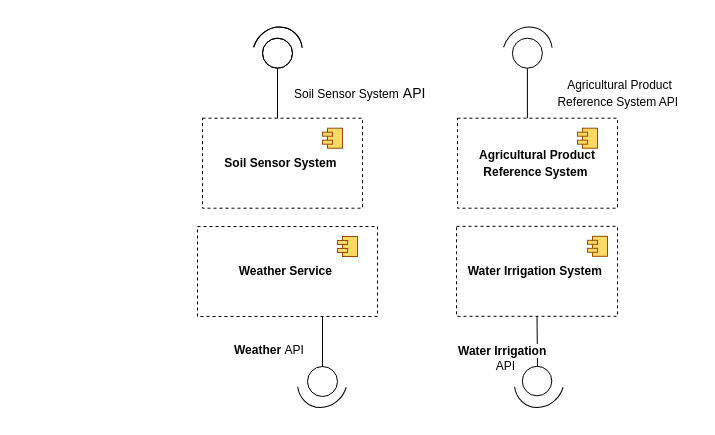
Above: page "external components" (3 of 4) of DD/diagrams/component.drawio in ictar/DREAM-SE2-Project-2022 (draw.io), before the change. Source tidied: cells renumbered, new cells numbered last; positions are measured from the earlier drawing's top-left corner, leaving out a move shared by most shapes. Both pictures are drawn from the tidied source at 100%, with x=0, y=0 at pixel (197, 26).
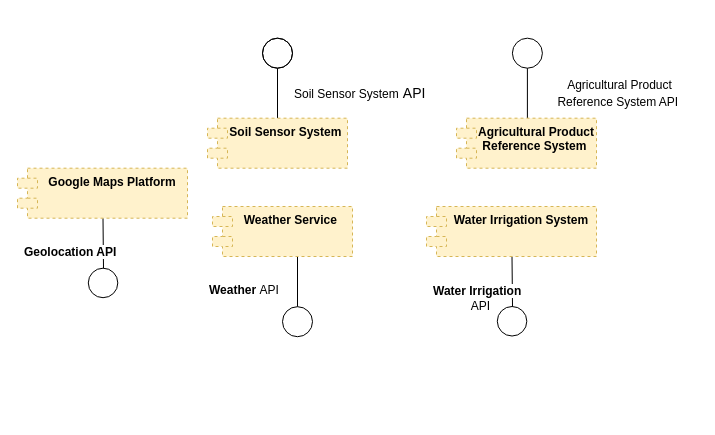
The same page after the edit.

Change to the diagram source:
```diff
@@
-    <mxCell id="2" value="&lt;font style=&quot;font-size: 12px&quot;&gt;&lt;span lang=&quot;IT-IT&quot; class=&quot;TextRun SCXW8657360 BCX0&quot; style=&quot;margin: 0px ; padding: 0px ; text-align: left ; background-color: rgb(255 , 255 , 255) ; line-height: 16.1875px ; font-family: &amp;#34;dengxian&amp;#34; , &amp;#34;dengxian_embeddedfont&amp;#34; , &amp;#34;dengxian_msfontservice&amp;#34; , sans-serif ; font-weight: bold&quot;&gt;&lt;span class=&quot;NormalTextRun SpellingErrorV2 SCXW8657360 BCX0 DefaultHighlightTransition&quot; style=&quot;margin: 0px ; padding: 0px ; transition: all 0.1s linear 0s ; background-repeat: repeat-x ; background-position: left bottom ; border-bottom: 1px solid transparent&quot;&gt;Agricultural&lt;/span&gt;&lt;span class=&quot;NormalTextRun SCXW8657360 BCX0&quot; style=&quot;margin: 0px ; padding: 0px&quot;&gt;&amp;nbsp;Product Reference System&lt;/span&gt;&lt;/span&gt;&lt;span class=&quot;EOP SCXW8657360 BCX0&quot; style=&quot;margin: 0px ; padding: 0px ; text-align: left ; background-color: rgb(255 , 255 , 255) ; line-height: 16.1875px ; font-family: &amp;#34;dengxian&amp;#34; , &amp;#34;dengxian_embeddedfont&amp;#34; , &amp;#34;dengxian_msfontservice&amp;#34; , sans-serif&quot;&gt;&amp;nbsp;&lt;/span&gt;&lt;/font&gt;" style="rounded=0;whiteSpace=wrap;html=1;dashed=1;" parent="1" vertex="1">
-      <mxGeometry x="260" y="91.7" width="160" height="90" as="geometry" />
-    </mxCell>
-    <mxCell id="3" value="&lt;p class=&quot;MsoListParagraph&quot; style=&quot;margin-left: 21.0pt ; text-indent: -21.0pt&quot;&gt;&lt;b&gt;&lt;span lang=&quot;IT-IT&quot; class=&quot;TextRun SCXW41976764 BCX0&quot; style=&quot;margin: 0px ; padding: 0px ; text-align: left ; text-indent: 0px ; background-color: rgb(255 , 255 , 255) ; line-height: 16.1875px ; font-family: &amp;#34;dengxian&amp;#34; , &amp;#34;dengxian_embeddedfont&amp;#34; , &amp;#34;dengxian_msfontservice&amp;#34; , sans-serif&quot;&gt;&lt;span class=&quot;NormalTextRun SCXW41976764 BCX0&quot; style=&quot;margin: 0px ; padding: 0px&quot;&gt;Water Irrigation System&lt;/span&gt;&lt;/span&gt;&lt;span class=&quot;EOP SCXW41976764 BCX0&quot; style=&quot;margin: 0px ; padding: 0px ; text-align: left ; text-indent: 0px ; background-color: rgb(255 , 255 , 255) ; line-height: 16.1875px ; font-family: &amp;#34;dengxian&amp;#34; , &amp;#34;dengxian_embeddedfont&amp;#34; , &amp;#34;dengxian_msfontservice&amp;#34; , sans-serif&quot;&gt;&amp;nbsp;&lt;/span&gt;&lt;/b&gt;&lt;br&gt;&lt;/p&gt;" style="rounded=0;whiteSpace=wrap;html=1;fillColor=none;dashed=1;" parent="1" vertex="1">
-      <mxGeometry x="259" y="199.8" width="161" height="90" as="geometry" />
-    </mxCell>
-    <mxCell id="4" value="&lt;font style=&quot;font-size: 12px&quot;&gt;&lt;span lang=&quot;IT-IT&quot; class=&quot;TextRun SCXW47026892 BCX0&quot; style=&quot;margin: 0px ; padding: 0px ; text-align: left ; background-color: rgb(255 , 255 , 255) ; line-height: 16.1875px ; font-family: &amp;#34;dengxian&amp;#34; , &amp;#34;dengxian_embeddedfont&amp;#34; , &amp;#34;dengxian_msfontservice&amp;#34; , sans-serif ; font-weight: bold&quot;&gt;&lt;span class=&quot;NormalTextRun SpellingErrorV2  SCXW47026892 BCX0 DefaultHighlightTransition&quot; style=&quot;margin: 0px ; padding: 0px ; transition: 0.1s linear 0s ; background-repeat: repeat-x ; background-position: left bottom ; border-bottom: 1px solid transparent&quot;&gt;Soil&lt;/span&gt;&lt;span class=&quot;NormalTextRun SCXW47026892 BCX0&quot; style=&quot;margin: 0px ; padding: 0px&quot;&gt;&amp;nbsp;Sensor System&lt;/span&gt;&lt;/span&gt;&lt;span class=&quot;EOP SCXW47026892 BCX0&quot; style=&quot;margin: 0px ; padding: 0px ; text-align: left ; background-color: rgb(255 , 255 , 255) ; line-height: 16.1875px ; font-family: &amp;#34;dengxian&amp;#34; , &amp;#34;dengxian_embeddedfont&amp;#34; , &amp;#34;dengxian_msfontservice&amp;#34; , sans-serif&quot;&gt;&amp;nbsp;&lt;/span&gt;&lt;/font&gt;" style="rounded=0;whiteSpace=wrap;html=1;dashed=1;" parent="1" vertex="1">
-      <mxGeometry x="5" y="91.7" width="160" height="90" as="geometry" />
-    </mxCell>
-    <mxCell id="5" value="&lt;p class=&quot;MsoListParagraph&quot; style=&quot;margin-left: 21.0pt ; text-indent: -21.0pt&quot;&gt;&lt;span lang=&quot;IT-IT&quot; class=&quot;TextRun SCXW35992658 BCX0&quot; style=&quot;margin: 0px ; padding: 0px ; text-align: left ; text-indent: 0px ; background-color: rgb(255 , 255 , 255) ; line-height: 16.1875px ; font-family: &amp;#34;dengxian&amp;#34; , &amp;#34;dengxian_embeddedfont&amp;#34; , &amp;#34;dengxian_msfontservice&amp;#34; , sans-serif ; font-weight: bold&quot;&gt;&lt;span class=&quot;NormalTextRun SCXW35992658 BCX0&quot; style=&quot;margin: 0px ; padding: 0px&quot;&gt;Weather Service&lt;/span&gt;&lt;/span&gt;&lt;span class=&quot;EOP SCXW35992658 BCX0&quot; style=&quot;margin: 0px ; padding: 0px ; text-align: left ; text-indent: 0px ; background-color: rgb(255 , 255 , 255) ; line-height: 16.1875px ; font-family: &amp;#34;dengxian&amp;#34; , &amp;#34;dengxian_embeddedfont&amp;#34; , &amp;#34;dengxian_msfontservice&amp;#34; , sans-serif&quot;&gt;&amp;nbsp;&lt;/span&gt;&lt;br&gt;&lt;/p&gt;" style="rounded=0;whiteSpace=wrap;html=1;align=center;dashed=1;" parent="1" vertex="1">
-      <mxGeometry y="200" width="180" height="90" as="geometry" />
-    </mxCell>
-    <mxCell id="6" style="group;" parent="1" vertex="1">
-      <mxGeometry x="390" y="209.8" width="20" height="20" as="geometry" />
-    </mxCell>
-    <mxCell id="7" style="rounded=0;whiteSpace=wrap;html=1;fillColor=#FFD966;strokeColor=#994C00;" parent="6" vertex="1">
-      <mxGeometry x="5" width="15" height="20" as="geometry" />
-    </mxCell>
-    <mxCell id="8" style="rounded=0;whiteSpace=wrap;html=1;fillColor=#FFD966;strokeColor=#994C00;" parent="6" vertex="1">
-      <mxGeometry y="4" width="10" height="4" as="geometry" />
-    </mxCell>
-    <mxCell id="9" style="rounded=0;whiteSpace=wrap;html=1;fillColor=#FFD966;strokeColor=#994C00;" parent="6" vertex="1">
-      <mxGeometry y="12" width="10" height="4" as="geometry" />
-    </mxCell>
-    <mxCell id="10" style="group;" parent="1" vertex="1">
-      <mxGeometry x="125" y="101.7" width="20" height="20" as="geometry" />
-    </mxCell>
-    <mxCell id="11" style="rounded=0;whiteSpace=wrap;html=1;fillColor=#FFD966;strokeColor=#994C00;" parent="10" vertex="1">
-      <mxGeometry x="5" width="15" height="20" as="geometry" />
-    </mxCell>
-    <mxCell id="12" style="rounded=0;whiteSpace=wrap;html=1;fillColor=#FFD966;strokeColor=#994C00;" parent="10" vertex="1">
-      <mxGeometry y="4" width="10" height="4" as="geometry" />
-    </mxCell>
-    <mxCell id="13" style="rounded=0;whiteSpace=wrap;html=1;fillColor=#FFD966;strokeColor=#994C00;" parent="10" vertex="1">
-      <mxGeometry y="12" width="10" height="4" as="geometry" />
-    </mxCell>
-    <mxCell id="14" style="group;" parent="1" vertex="1">
-      <mxGeometry x="140" y="210" width="20" height="20" as="geometry" />
-    </mxCell>
-    <mxCell id="15" style="rounded=0;whiteSpace=wrap;html=1;fillColor=#FFD966;strokeColor=#994C00;" parent="14" vertex="1">
-      <mxGeometry x="5" width="15" height="20" as="geometry" />
-    </mxCell>
-    <mxCell id="16" style="rounded=0;whiteSpace=wrap;html=1;fillColor=#FFD966;strokeColor=#994C00;" parent="14" vertex="1">
-      <mxGeometry y="4" width="10" height="4" as="geometry" />
-    </mxCell>
-    <mxCell id="17" style="rounded=0;whiteSpace=wrap;html=1;fillColor=#FFD966;strokeColor=#994C00;" parent="14" vertex="1">
-      <mxGeometry y="12" width="10" height="4" as="geometry" />
-    </mxCell>
-    <mxCell id="18" style="group;" parent="1" vertex="1">
-      <mxGeometry x="380" y="101.7" width="20" height="20" as="geometry" />
-    </mxCell>
-    <mxCell id="19" style="rounded=0;whiteSpace=wrap;html=1;fillColor=#FFD966;strokeColor=#994C00;" parent="18" vertex="1">
-      <mxGeometry x="5" width="15" height="20" as="geometry" />
-    </mxCell>
-    <mxCell id="20" style="rounded=0;whiteSpace=wrap;html=1;fillColor=#FFD966;strokeColor=#994C00;" parent="18" vertex="1">
-      <mxGeometry y="4" width="10" height="4" as="geometry" />
-    </mxCell>
-    <mxCell id="21" style="rounded=0;whiteSpace=wrap;html=1;fillColor=#FFD966;strokeColor=#994C00;" parent="18" vertex="1">
-      <mxGeometry y="12" width="10" height="4" as="geometry" />
-    </mxCell>
-    <mxCell id="22" style="endArrow=none;html=1;rounded=0;fontSize=18;entryX=0.5;entryY=1;entryDx=0;entryDy=0;" parent="1" edge="1" target="3">
+    <mxCell id="22" style="endArrow=none;html=1;rounded=0;fontSize=18;entryX=0.5;entryY=1;entryDx=0;entryDy=0;" parent="1" edge="1">
       <mxGeometry relative="1" as="geometry">
-        <mxPoint x="340" y="339.8" as="sourcePoint" />
+        <mxPoint x="315" y="280" as="sourcePoint" />
+        <mxPoint x="314.5" y="230" as="targetPoint" />
       </mxGeometry>
     </mxCell>
     <mxCell id="23" style="ellipse;whiteSpace=wrap;html=1;fontSize=18;strokeColor=#000000;fillColor=none;" parent="1" vertex="1">
-      <mxGeometry x="324.8" y="339.8" width="29.5" height="29.5" as="geometry" />
+      <mxGeometry x="299.8" y="280" width="29.5" height="29.5" as="geometry" />
     </mxCell>
     <mxCell id="24" style="endArrow=none;html=1;rounded=0;fontSize=18;entryX=0.5;entryY=0;entryDx=0;entryDy=0;" parent="1" edge="1" target="25">
       <mxGeometry relative="1" as="geometry">
-        <mxPoint x="125" y="290" as="sourcePoint" />
+        <mxPoint x="100" y="230.2" as="sourcePoint" />
       </mxGeometry>
     </mxCell>
     <mxCell id="25" style="ellipse;whiteSpace=wrap;html=1;fontSize=18;strokeColor=#000000;fillColor=none;" parent="1" vertex="1">
-      <mxGeometry x="110" y="340" width="30" height="30" as="geometry" />
+      <mxGeometry x="85" y="280.2" width="30" height="30" as="geometry" />
     </mxCell>
@@
-    <mxCell id="28" style="verticalLabelPosition=bottom;verticalAlign=top;html=1;shape=mxgraph.basic.arc;startAngle=0.7094539568736273;endAngle=0.13974257458147551;fontSize=18;strokeColor=#000000;fillColor=none;rotation=30;" parent="1" vertex="1">
-      <mxGeometry x="55.6" width="48.7" height="53.4" as="geometry" />
-    </mxCell>
-    <mxCell id="29" style="verticalLabelPosition=bottom;verticalAlign=top;html=1;shape=mxgraph.basic.arc;startAngle=0.7094539568736273;endAngle=0.13974257458147551;fontSize=18;strokeColor=#000000;fillColor=none;rotation=-150;" parent="1" vertex="1">
-      <mxGeometry x="317.5" y="328.1" width="48.7" height="53.4" as="geometry" />
-    </mxCell>
-    <mxCell id="30" style="verticalLabelPosition=bottom;verticalAlign=top;html=1;shape=mxgraph.basic.arc;startAngle=0.7094539568736273;endAngle=0.13974257458147551;fontSize=18;strokeColor=#000000;fillColor=none;rotation=-150;" parent="1" vertex="1">
-      <mxGeometry x="100.6" y="328.1" width="48.7" height="53.4" as="geometry" />
-    </mxCell>
@@
     <mxCell id="32" value="&lt;span style=&quot;font-family: &amp;#34;dengxian&amp;#34; , &amp;#34;dengxian_embeddedfont&amp;#34; , &amp;#34;dengxian_msfontservice&amp;#34; , sans-serif ; font-weight: 700 ; background-color: rgb(255 , 255 , 255)&quot;&gt;Weather&amp;nbsp;&lt;/span&gt;&lt;span style=&quot;text-align: center ; text-indent: -28px&quot;&gt;API&lt;/span&gt;" style="text;whiteSpace=wrap;html=1;fontSize=12;" parent="1" vertex="1">
-      <mxGeometry x="35" y="310" width="100" height="30" as="geometry" />
+      <mxGeometry x="10" y="250.2" width="100" height="30" as="geometry" />
     </mxCell>
     <mxCell id="33" value="&lt;b style=&quot;text-align: center ; text-indent: -28px&quot;&gt;&lt;span lang=&quot;IT-IT&quot; class=&quot;TextRun SCXW41976764 BCX0&quot; style=&quot;margin: 0px ; padding: 0px ; text-align: left ; text-indent: 0px ; background-color: rgb(255 , 255 , 255) ; line-height: 16.1875px ; font-family: &amp;#34;dengxian&amp;#34; , &amp;#34;dengxian_embeddedfont&amp;#34; , &amp;#34;dengxian_msfontservice&amp;#34; , sans-serif&quot;&gt;&lt;span class=&quot;NormalTextRun SCXW41976764 BCX0&quot; style=&quot;margin: 0px ; padding: 0px&quot;&gt;Water Irrigation&amp;nbsp;&lt;/span&gt;&lt;/span&gt;&lt;/b&gt;&lt;div style=&quot;text-align: center&quot;&gt;&lt;span style=&quot;text-indent: -28px&quot;&gt;&amp;nbsp;API&lt;/span&gt;&lt;/div&gt;" style="text;whiteSpace=wrap;html=1;fontSize=12;" parent="1" vertex="1">
-      <mxGeometry x="259" y="309.8" width="101" height="30" as="geometry" />
+      <mxGeometry x="234" y="250" width="101" height="30" as="geometry" />
     </mxCell>
@@
-    <mxCell id="35" style="verticalLabelPosition=bottom;verticalAlign=top;html=1;shape=mxgraph.basic.arc;startAngle=0.7094539568736273;endAngle=0.13974257458147551;fontSize=18;strokeColor=#000000;fillColor=none;rotation=30;" parent="1" vertex="1">
-      <mxGeometry x="55.6" width="48.7" height="53.4" as="geometry" />
-    </mxCell>
@@
-    <mxCell id="38" style="verticalLabelPosition=bottom;verticalAlign=top;html=1;shape=mxgraph.basic.arc;startAngle=0.7094539568736273;endAngle=0.13974257458147551;fontSize=18;strokeColor=#000000;fillColor=none;rotation=30;" parent="1" vertex="1">
-      <mxGeometry x="305.5" width="48.7" height="53.4" as="geometry" />
-    </mxCell>
@@
+    <mxCell id="2" value="Agricultural Product&#10;Reference System " style="shape=module;align=left;spacingLeft=20;align=center;verticalAlign=top;dashed=1;fillColor=#fff2cc;strokeColor=#d6b656;fontStyle=1;" parent="1" vertex="1">
+      <mxGeometry x="259" y="91.7" width="140" height="50" as="geometry" />
+    </mxCell>
+    <mxCell id="5" value="Weather Service " style="shape=module;align=left;spacingLeft=20;align=center;verticalAlign=top;dashed=1;fillColor=#fff2cc;strokeColor=#d6b656;fontStyle=1;" parent="1" vertex="1">
+      <mxGeometry x="15" y="180" width="140" height="50" as="geometry" />
+    </mxCell>
+    <mxCell id="3" value="Water Irrigation System" style="shape=module;align=left;spacingLeft=20;align=center;verticalAlign=top;dashed=1;fillColor=#fff2cc;strokeColor=#d6b656;fontStyle=1;" parent="1" vertex="1">
+      <mxGeometry x="229" y="180" width="170" height="50" as="geometry" />
+    </mxCell>
+    <mxCell id="4" value="Soil Sensor System " style="shape=module;align=left;spacingLeft=20;align=center;verticalAlign=top;dashed=1;fillColor=#fff2cc;strokeColor=#d6b656;fontStyle=1;" parent="1" vertex="1">
+      <mxGeometry x="10" y="91.7" width="140" height="50" as="geometry" />
+    </mxCell>
+    <mxCell id="40" style="endArrow=none;html=1;rounded=0;fontSize=18;entryX=0.5;entryY=1;entryDx=0;entryDy=0;" parent="1" edge="1">
+      <mxGeometry relative="1" as="geometry">
+        <mxPoint x="-94" y="241.7" as="sourcePoint" />
+        <mxPoint x="-94.5" y="191.7" as="targetPoint" />
+      </mxGeometry>
+    </mxCell>
+    <mxCell id="41" style="ellipse;whiteSpace=wrap;html=1;fontSize=18;strokeColor=#000000;fillColor=none;" parent="1" vertex="1">
+      <mxGeometry x="-109.2" y="241.7" width="29.5" height="29.5" as="geometry" />
+    </mxCell>
+    <mxCell id="42" value="&lt;font face=&quot;dengxian, dengxian_embeddedfont, dengxian_msfontservice, sans-serif&quot;&gt;&lt;span style=&quot;background-color: rgb(255 , 255 , 255)&quot;&gt;&lt;b&gt;Geolocation API&lt;/b&gt;&lt;/span&gt;&lt;/font&gt;" style="text;whiteSpace=wrap;html=1;fontSize=12;" parent="1" vertex="1">
+      <mxGeometry x="-175" y="211.7" width="101" height="30" as="geometry" />
+    </mxCell>
+    <mxCell id="43" value="Google Maps Platform" style="shape=module;align=left;spacingLeft=20;align=center;verticalAlign=top;dashed=1;fillColor=#fff2cc;strokeColor=#d6b656;fontStyle=1;" parent="1" vertex="1">
+      <mxGeometry x="-180" y="141.7" width="170" height="50" as="geometry" />
+    </mxCell>
```
